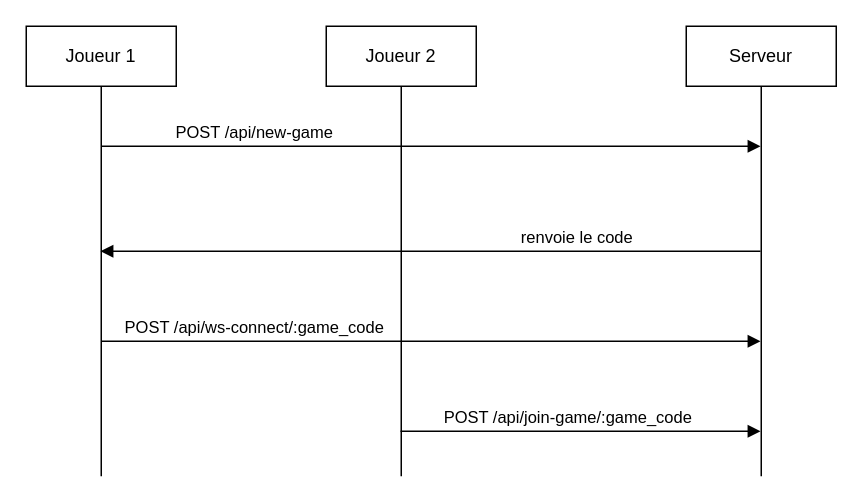
ArnoBidet/PolyNames keeps this draw.io diagram as page "Page-2" (2 of 2) of conception.drawio. Above is the earlier version. Source tidied: cells renumbered, new cells numbered last; positions are measured from the earlier drawing's top-left corner, leaving out a move shared by most shapes. Both pictures are drawn from the tidied source at 150%, with x=0, y=0 at pixel (26, 26).
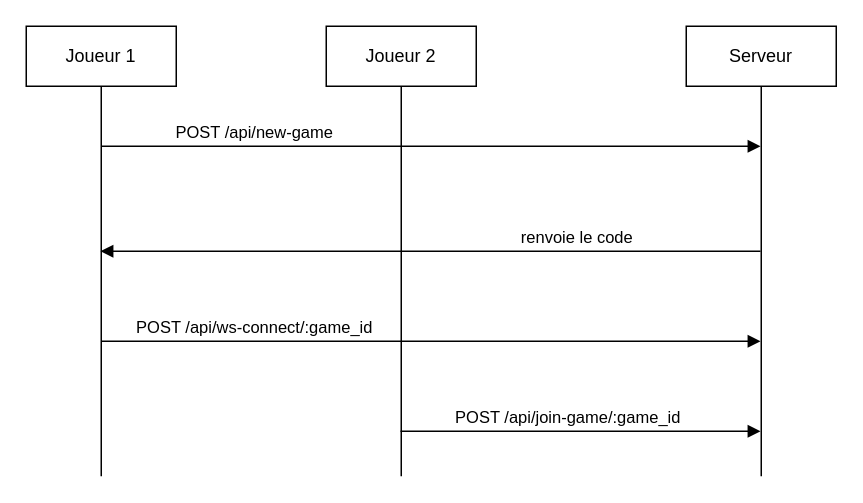
After the change.

Commit message (it also covers changes not shown here):
refactor: Update game-related model classes to use game_id instead of game_code

Change to the diagram source:
```diff
@@
 <mxGraphModel>
   <root>
     <mxCell id="0" />
     <mxCell id="1" parent="0" />
     <mxCell id="2" value="Joueur 1" style="shape=umlLifeline;perimeter=lifelinePerimeter;whiteSpace=wrap;html=1;outlineConnect=0;lifelineDashed=0;" parent="1" vertex="1">
       <mxGeometry width="100" height="300" as="geometry" />
     </mxCell>
     <mxCell id="3" style="html=1;verticalAlign=bottom;labelBackgroundColor=none;endArrow=block;endFill=1;strokeWidth=1;" parent="2" edge="1">
       <mxGeometry relative="1" as="geometry">
         <mxPoint x="50" y="210" as="sourcePoint" />
         <mxPoint x="489.5" y="210" as="targetPoint" />
       </mxGeometry>
     </mxCell>
-    <mxCell id="4" value="POST /api/ws-connect/:game_code" style="edgeLabel;html=1;align=center;verticalAlign=middle;" parent="3" vertex="1">
+    <mxCell id="4" value="POST /api/ws-connect/:game_id" style="edgeLabel;html=1;align=center;verticalAlign=middle;" parent="3" vertex="1">
       <mxGeometry x="-0.44" y="3" relative="1" as="geometry">
         <mxPoint x="-22" y="-7" as="offset" />
       </mxGeometry>
     </mxCell>
     <mxCell id="5" value="Joueur 2" style="shape=umlLifeline;perimeter=lifelinePerimeter;whiteSpace=wrap;html=1;lifelineDashed=0;" parent="1" vertex="1">
       <mxGeometry x="200" width="100" height="300" as="geometry" />
     </mxCell>
     <mxCell id="6" value="Serveur" style="shape=umlLifeline;perimeter=lifelinePerimeter;whiteSpace=wrap;html=1;outlineConnect=0;lifelineDashed=0;" parent="1" vertex="1">
       <mxGeometry x="440" width="100" height="300" as="geometry" />
     </mxCell>
     <mxCell id="7" style="html=1;verticalAlign=bottom;labelBackgroundColor=none;endArrow=block;endFill=1;strokeWidth=1;" parent="6" edge="1">
       <mxGeometry relative="1" as="geometry">
         <mxPoint x="-190.5" y="270" as="sourcePoint" />
         <mxPoint x="49.5" y="270" as="targetPoint" />
       </mxGeometry>
     </mxCell>
-    <mxCell id="8" value="POST /api/join-game/:game_code" style="edgeLabel;html=1;align=center;verticalAlign=middle;" parent="7" vertex="1">
+    <mxCell id="8" value="POST /api/join-game/:game_id" style="edgeLabel;html=1;align=center;verticalAlign=middle;" parent="7" vertex="1">
       <mxGeometry x="-0.44" y="3" relative="1" as="geometry">
         <mxPoint x="44" y="-7" as="offset" />
       </mxGeometry>
     </mxCell>
     <mxCell id="9" style="html=1;verticalAlign=bottom;labelBackgroundColor=none;endArrow=block;endFill=1;strokeWidth=1;" parent="1" edge="1" target="6">
       <mxGeometry relative="1" as="geometry">
         <mxPoint x="50" y="80" as="sourcePoint" />
       </mxGeometry>
     </mxCell>
     <mxCell id="10" value="POST /api/new-game" style="edgeLabel;html=1;align=center;verticalAlign=middle;" parent="9" vertex="1">
       <mxGeometry x="-0.44" y="3" relative="1" as="geometry">
         <mxPoint x="-22" y="-7" as="offset" />
       </mxGeometry>
     </mxCell>
     <mxCell id="11" style="html=1;verticalAlign=bottom;labelBackgroundColor=none;endArrow=block;endFill=1;strokeWidth=1;" parent="1" edge="1" source="6" target="2">
       <mxGeometry relative="1" as="geometry" />
     </mxCell>
     <mxCell id="12" value="renvoie le code" style="edgeLabel;html=1;align=center;verticalAlign=middle;" parent="11" vertex="1">
       <mxGeometry x="-0.44" y="3" relative="1" as="geometry">
         <mxPoint y="-13" as="offset" />
       </mxGeometry>
     </mxCell>
   </root>
 </mxGraphModel>
```
